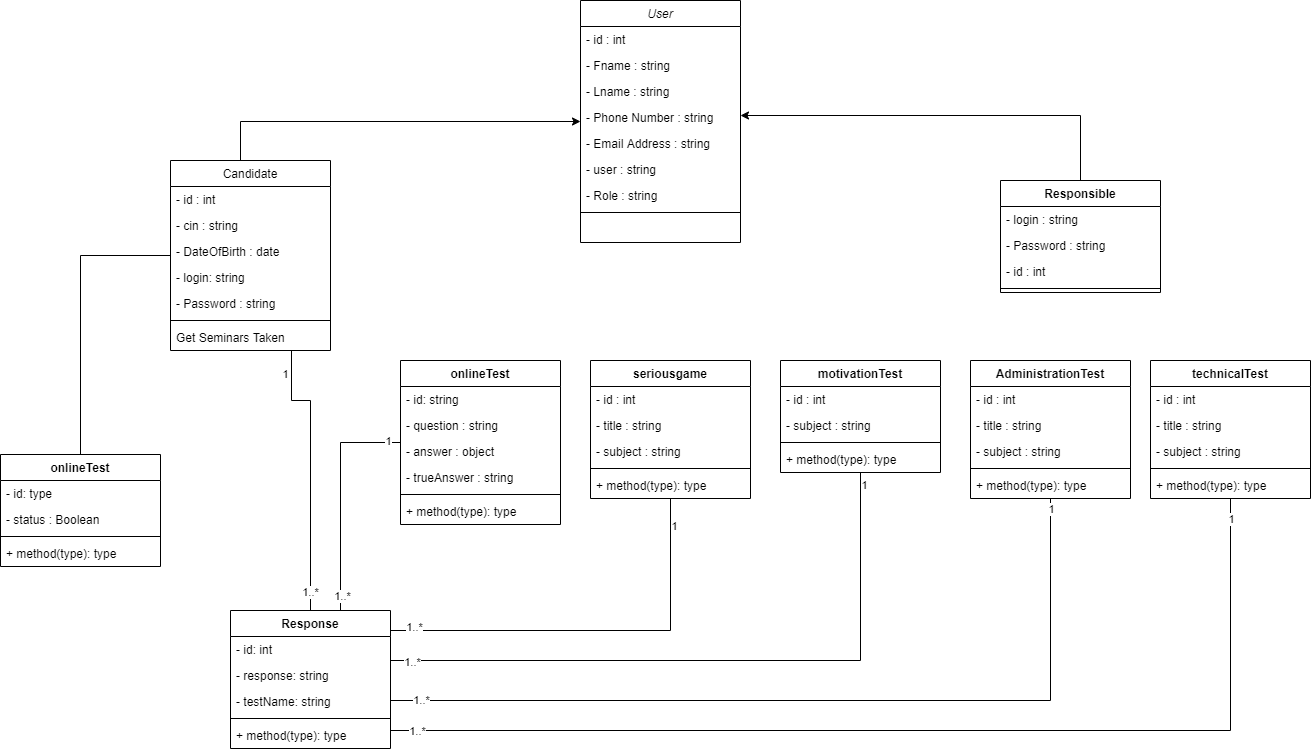
Earlier version of the draw.io export UML/Class Diagram/Class_Diagram.png (yassineelhoubi/Youcode_Registration). Source tidied: cells renumbered, new cells last; positions are measured from the earlier drawing's top-left corner, leaving out a move shared by most shapes.
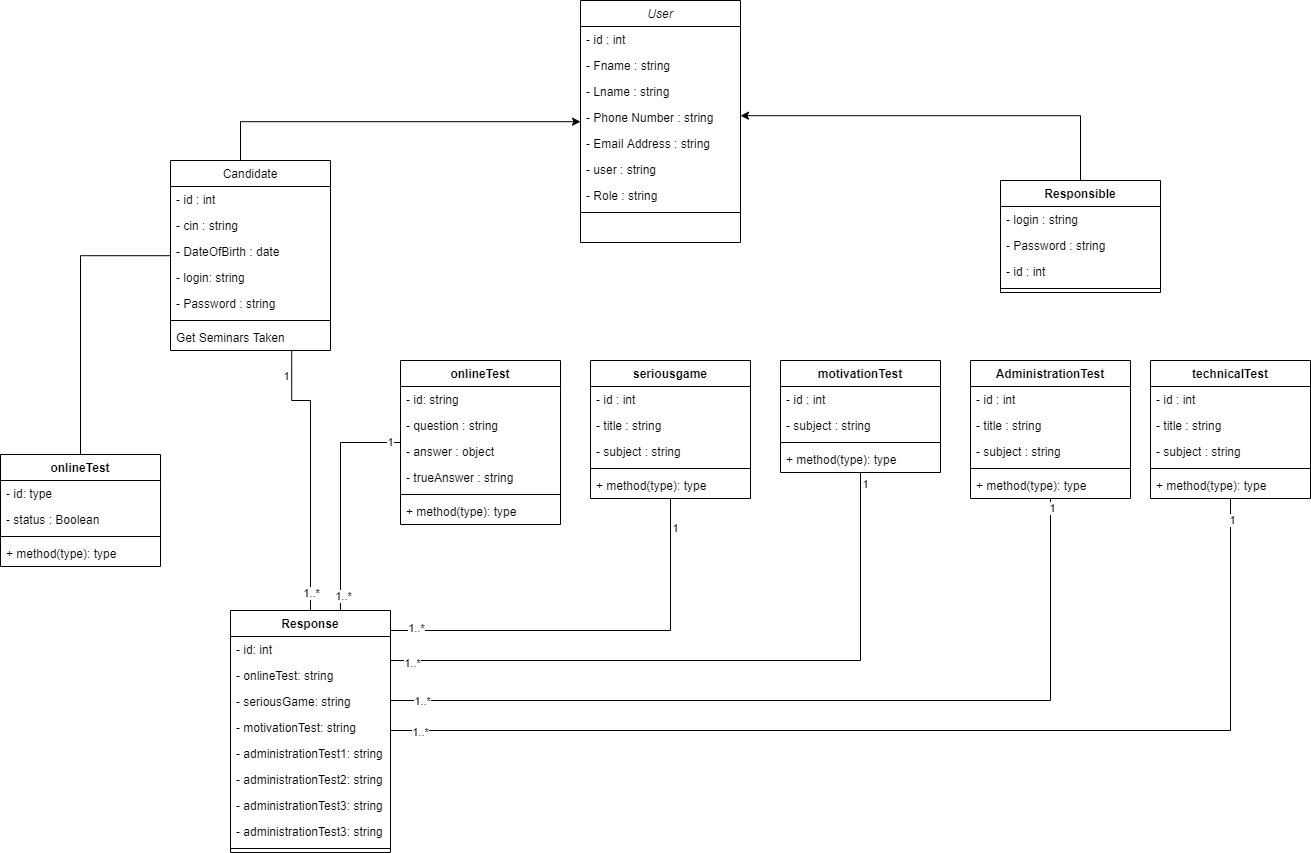
After the change.

Commit message:
update class diagram

Diff of the diagram source:
```diff
@@ -161,23 +161,35 @@
       <mxGeometry x="0.96" y="-3" relative="1" as="geometry" />
     </mxCell>
     <mxCell id="48" value="Response" style="swimlane;fontStyle=1;align=center;verticalAlign=top;horizontal=1;startSize=26;" parent="1" vertex="1">
-      <mxGeometry x="230" y="610" width="160" height="138" as="geometry" />
+      <mxGeometry x="230" y="610" width="160" height="242" as="geometry" />
     </mxCell>
     <mxCell id="49" value="- id: int" style="text;strokeColor=none;fillColor=none;align=left;verticalAlign=top;spacingLeft=4;spacingRight=4;overflow=hidden;" parent="48" vertex="1">
       <mxGeometry y="26" width="160" height="26" as="geometry" />
     </mxCell>
-    <mxCell id="50" value="- response: string" style="text;strokeColor=none;fillColor=none;align=left;verticalAlign=top;spacingLeft=4;spacingRight=4;overflow=hidden;" parent="48" vertex="1">
+    <mxCell id="50" value="- onlineTest: string" style="text;strokeColor=none;fillColor=none;align=left;verticalAlign=top;spacingLeft=4;spacingRight=4;overflow=hidden;" parent="48" vertex="1">
       <mxGeometry y="52" width="160" height="26" as="geometry" />
     </mxCell>
-    <mxCell id="51" value="- testName: string" style="text;strokeColor=none;fillColor=none;align=left;verticalAlign=top;spacingLeft=4;spacingRight=4;overflow=hidden;" parent="48" vertex="1">
+    <mxCell id="51" value="- seriousGame: string" style="text;strokeColor=none;fillColor=none;align=left;verticalAlign=top;spacingLeft=4;spacingRight=4;overflow=hidden;" parent="48" vertex="1">
       <mxGeometry y="78" width="160" height="26" as="geometry" />
     </mxCell>
+    <mxCell id="86" value="- motivationTest: string" style="text;strokeColor=none;fillColor=none;align=left;verticalAlign=top;spacingLeft=4;spacingRight=4;overflow=hidden;" parent="48" vertex="1">
+      <mxGeometry y="104" width="160" height="26" as="geometry" />
+    </mxCell>
+    <mxCell id="87" value="- administrationTest1: string" style="text;strokeColor=none;fillColor=none;align=left;verticalAlign=top;spacingLeft=4;spacingRight=4;overflow=hidden;" parent="48" vertex="1">
+      <mxGeometry y="130" width="160" height="26" as="geometry" />
+    </mxCell>
+    <mxCell id="88" value="- administrationTest2: string" style="text;strokeColor=none;fillColor=none;align=left;verticalAlign=top;spacingLeft=4;spacingRight=4;overflow=hidden;" parent="48" vertex="1">
+      <mxGeometry y="156" width="160" height="26" as="geometry" />
+    </mxCell>
+    <mxCell id="89" value="- administrationTest3: string" style="text;strokeColor=none;fillColor=none;align=left;verticalAlign=top;spacingLeft=4;spacingRight=4;overflow=hidden;" parent="48" vertex="1">
+      <mxGeometry y="182" width="160" height="26" as="geometry" />
+    </mxCell>
+    <mxCell id="90" value="- administrationTest3: string" style="text;strokeColor=none;fillColor=none;align=left;verticalAlign=top;spacingLeft=4;spacingRight=4;overflow=hidden;" parent="48" vertex="1">
+      <mxGeometry y="208" width="160" height="26" as="geometry" />
+    </mxCell>
     <mxCell id="52" style="line;strokeWidth=1;fillColor=none;align=left;verticalAlign=middle;spacingTop=-1;spacingLeft=3;spacingRight=3;labelPosition=right;" parent="48" vertex="1">
-      <mxGeometry y="104" width="160" height="8" as="geometry" />
+      <mxGeometry y="234" width="160" height="8" as="geometry" />
     </mxCell>
-    <mxCell id="53" value="+ method(type): type" style="text;strokeColor=none;fillColor=none;align=left;verticalAlign=top;spacingLeft=4;spacingRight=4;overflow=hidden;" parent="48" vertex="1">
-      <mxGeometry y="112" width="160" height="26" as="geometry" />
-    </mxCell>
     <mxCell id="54" style="edgeStyle=orthogonalEdgeStyle;rounded=0;jettySize=auto;html=1;endArrow=none;endFill=0;" parent="1" edge="1" source="57" target="48">
       <mxGeometry relative="1" as="geometry">
         <Array as="points">
```
